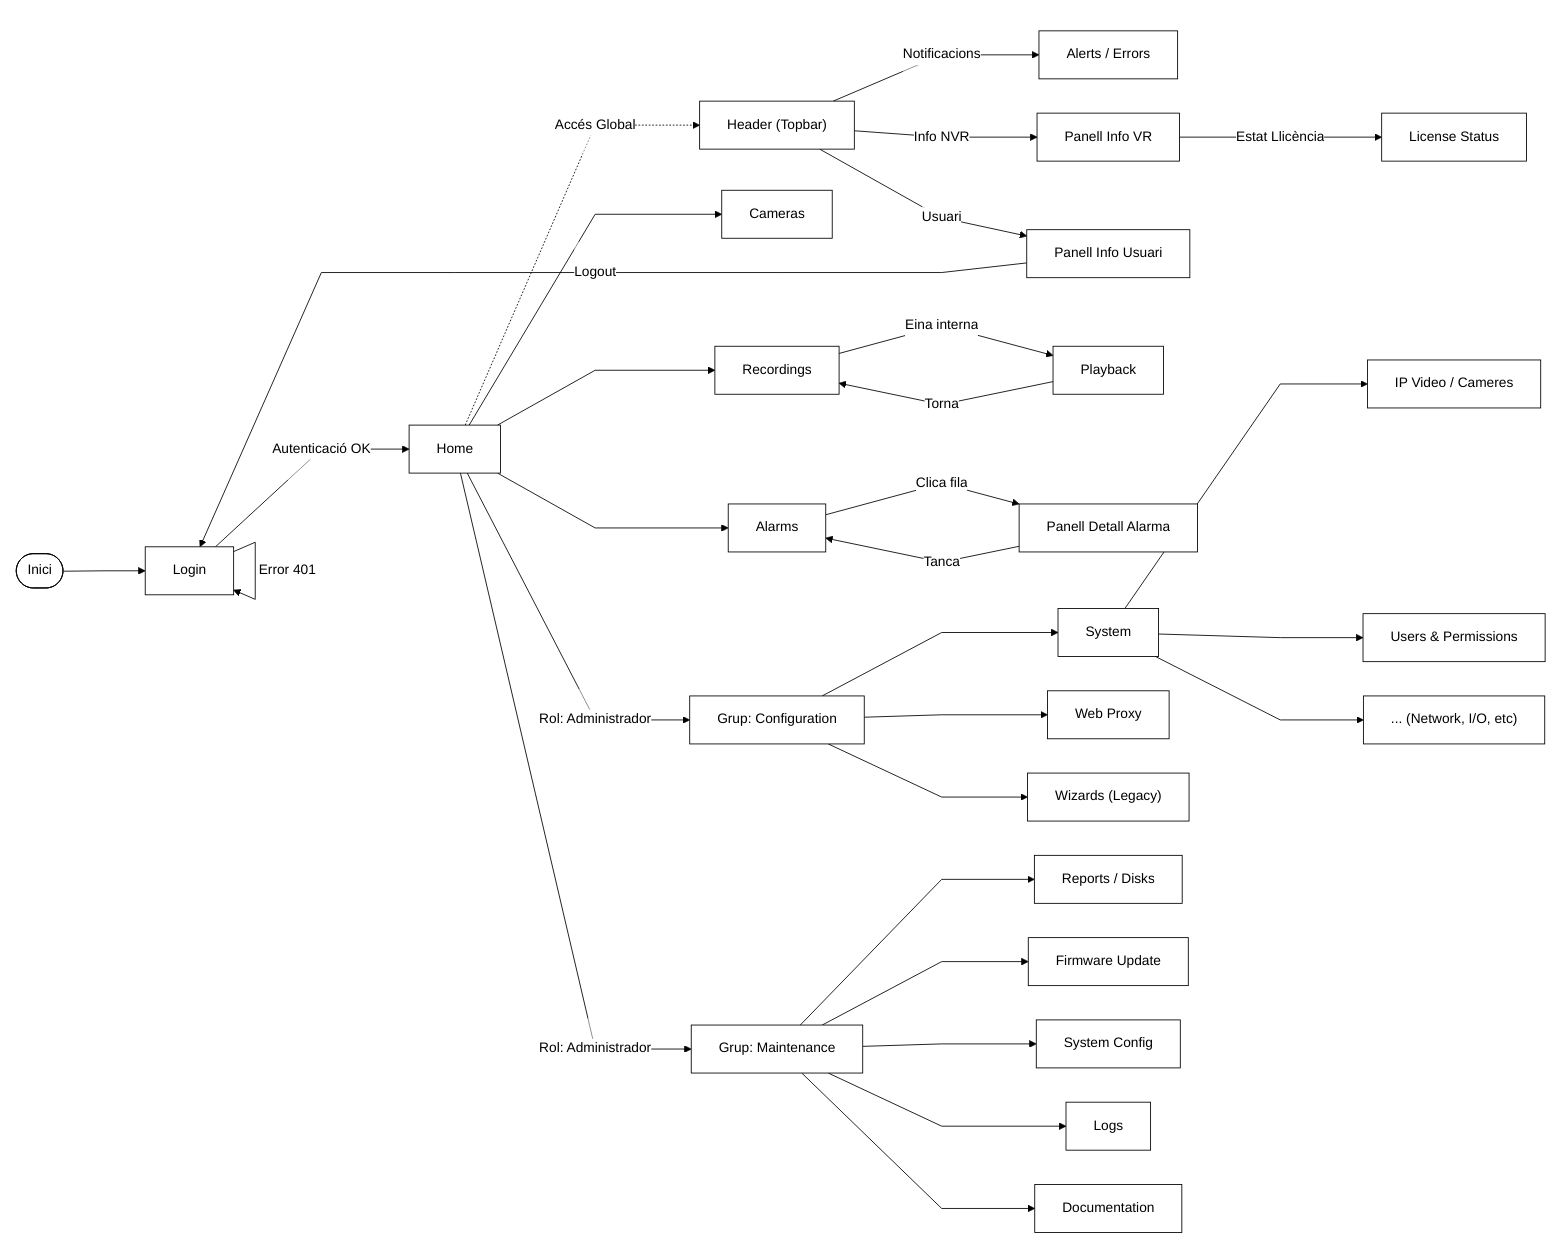
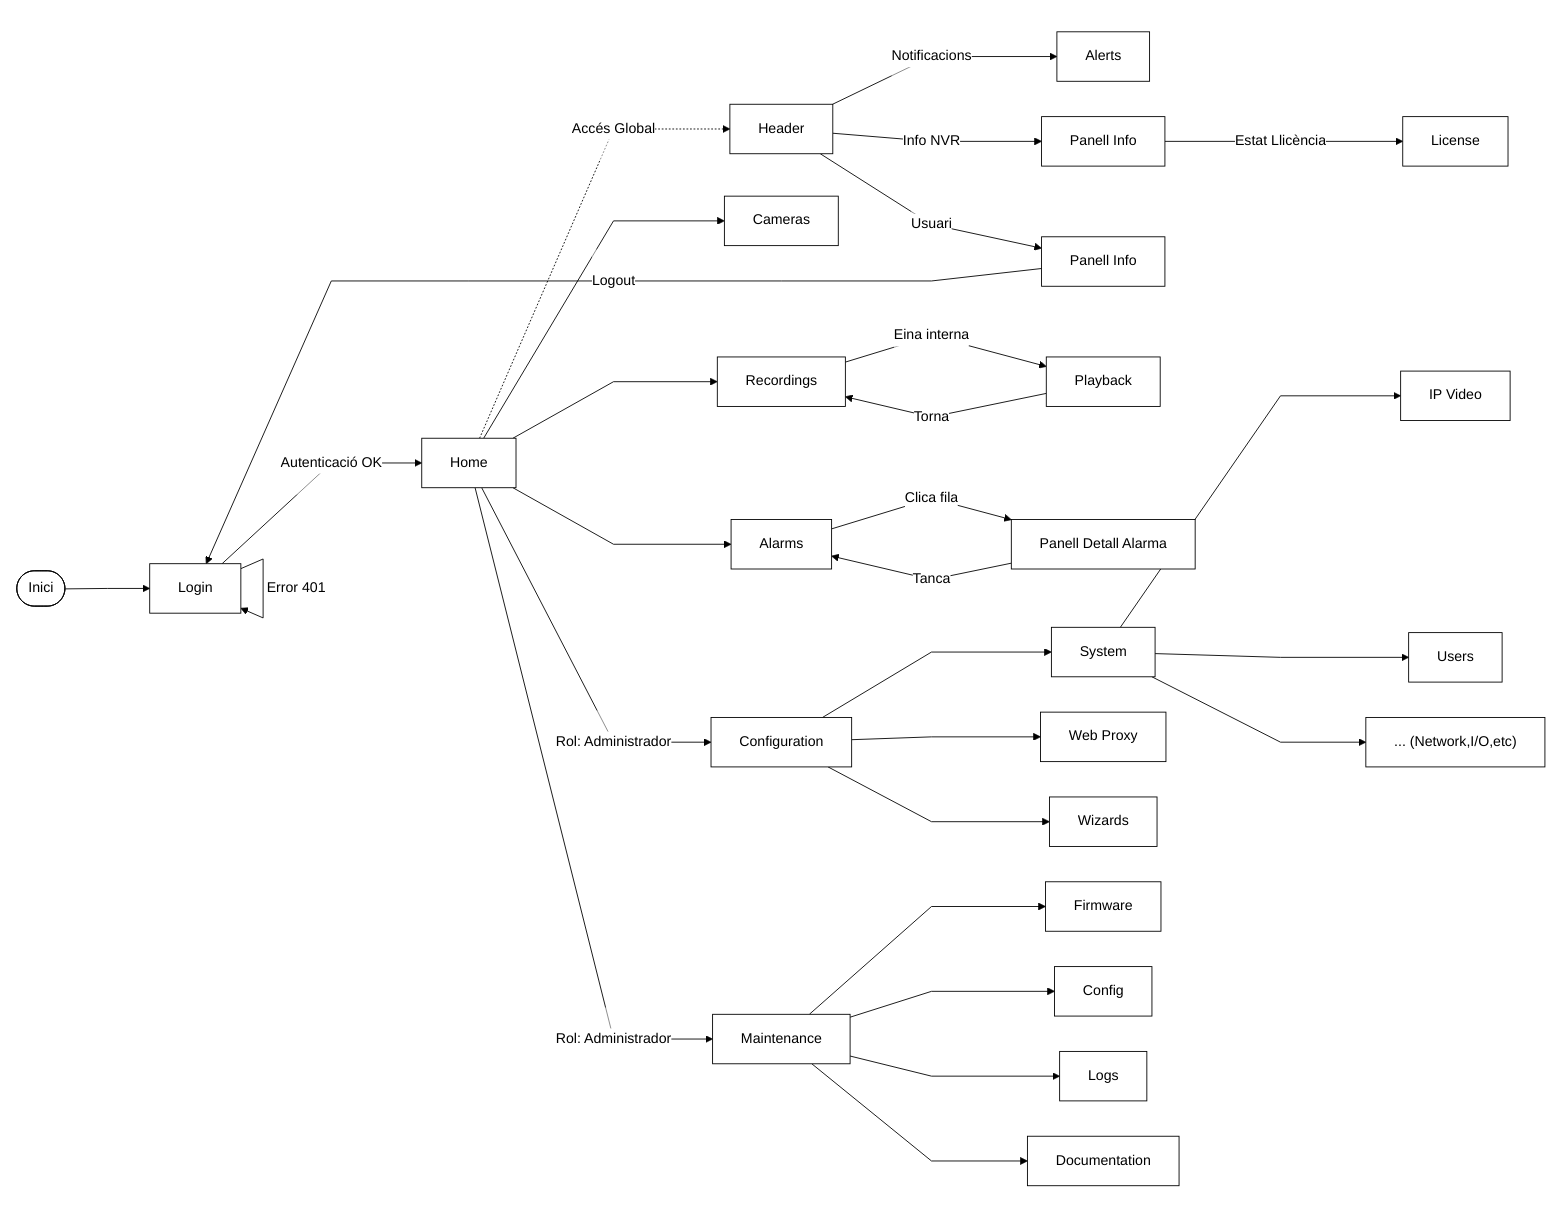
%%{init: {
 'theme': 'base',
 'flowchart': {
   'curve': 'linear',
   'nodeSpacing': 40,
   'rankSpacing': 90,
   'padding': 16
 },
 'themeVariables': {
   'background': '#ffffff',
   'primaryColor': '#ffffff',
   'primaryTextColor': '#000000',
   'primaryBorderColor': '#000000',
   'lineColor': '#000000',
   'secondaryColor': '#ffffff',
   'tertiaryColor': '#ffffff',
   'edgeLabelBackground': '#ffffff'
 },
 'themeCSS': '.node rect, .node circle, .node polygon, .node path, .cluster rect { fill: #ffffff !important; stroke: #000000 !important; stroke-width: 1px !important; filter: none !important; box-shadow: none !important; } .label { color: #000000 !important; } .edgeLabel rect { fill: #ffffff !important; stroke: none !important; } .edgeLabel span { background: #ffffff; padding: 0 3px; }'
}}%%

flowchart LR
    Start([Inici]) --> Login

    Login["Login"]
    Login -->|"Autenticació OK"| Home
    Login -->|"Error 401"| Login

    Home["Home"]

    %% -- NAVEGACIÓ GLOBAL (Header) --
-     Home -.->|"Accés Global"| Header["Header (Topbar)"]
-     Header -->|"Notificacions"| Alerts["Alerts / Errors"]
-     Header -->|"Info NVR"| NVRInfo["Panell Info VR"]
-     NVRInfo -->|"Estat Llicència"| License["License Status"]
-     Header -->|"Usuari"| UserInfo["Panell Info Usuari"]
+     Home -.->|"Accés Global"| Header["Header"]
+     Header -->|"Notificacions"| Alerts["Alerts"]
+     Header -->|"Info NVR"| NVRInfo["Panell Info"]
+     NVRInfo -->|"Estat Llicència"| License["License"]
+     Header -->|"Usuari"| UserInfo["Panell Info"]
    UserInfo -->|"Logout"| Login

    %% -- SECCIÓ VIDEO --
    Home --> Cameras["Cameras"]

    Home --> Recordings["Recordings"]
    Recordings -->|"Eina interna"| Playback["Playback"]
    Playback -->|"Torna"| Recordings

    Home --> Alarms["Alarms"]
    Alarms -->|"Clica fila"| AlarmDetail["Panell Detall Alarma"]
    AlarmDetail -->|"Tanca"| Alarms

    %% -- SECCIÓ CONFIGURACIÓ --
-     Home -->|"Rol: Administrador"| Configuration["Grup: Configuration"]
+     Home -->|"Rol: Administrador"| Configuration["Configuration"]
    Configuration --> System["System"]
    Configuration --> Proxy["Web Proxy"]
-     Configuration --> Wizards["Wizards (Legacy)"]
+     Configuration --> Wizards["Wizards"]

    %% Detalls del System
-     System --> IPCams["IP Video / Cameres"]
-     System --> Users["Users & Permissions"]
-     System --> OtherConfig["... (Network, I/O, etc)"]
+     System --> IPCams["IP Video"]
+     System --> Users["Users"]
+     System --> OtherConfig["... (Network,I/O,etc)"]

    %% -- SECCIÓ MANTENIMENT --
-     Home -->|"Rol: Administrador"| Maintenance["Grup: Maintenance"]
-     Maintenance --> Reports["Reports / Disks"]
-     Maintenance --> Update["Firmware Update"]
-     Maintenance --> SysConfig["System Config"]
+     Home -->|"Rol: Administrador"| Maintenance[" Maintenance"]
+     Maintenance --> Update["Firmware"]
+     Maintenance --> SysConfig["Config"]
    Maintenance --> Logs["Logs"]
    Maintenance --> Docs["Documentation"]
